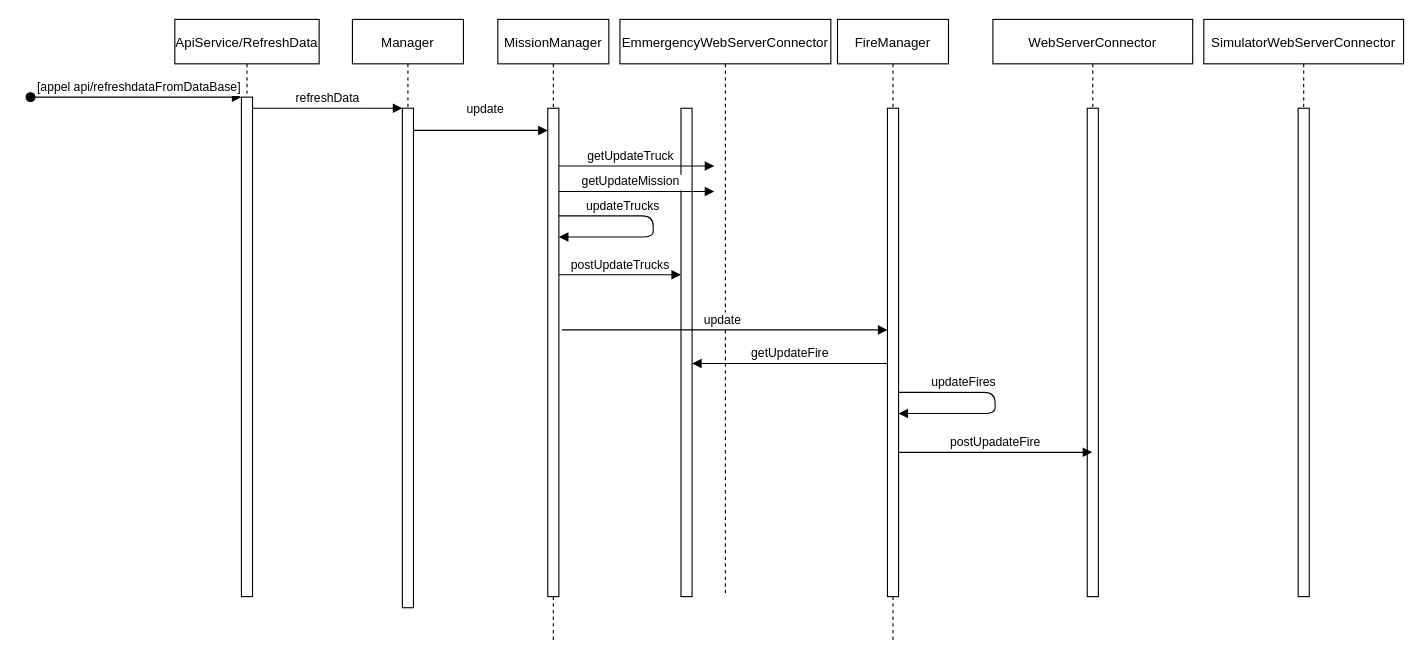
Above: UML/Diagramme de classe Simulator.drawio in Emile-Bergin/S7-ProjetScientifique (draw.io), before the change. Source tidied: cells renumbered, new cells numbered last; positions are measured from the earlier drawing's top-left corner, leaving out a move shared by most shapes. Both pictures are drawn from the tidied source at 111%, with x=0, y=0 at pixel (30, 19).
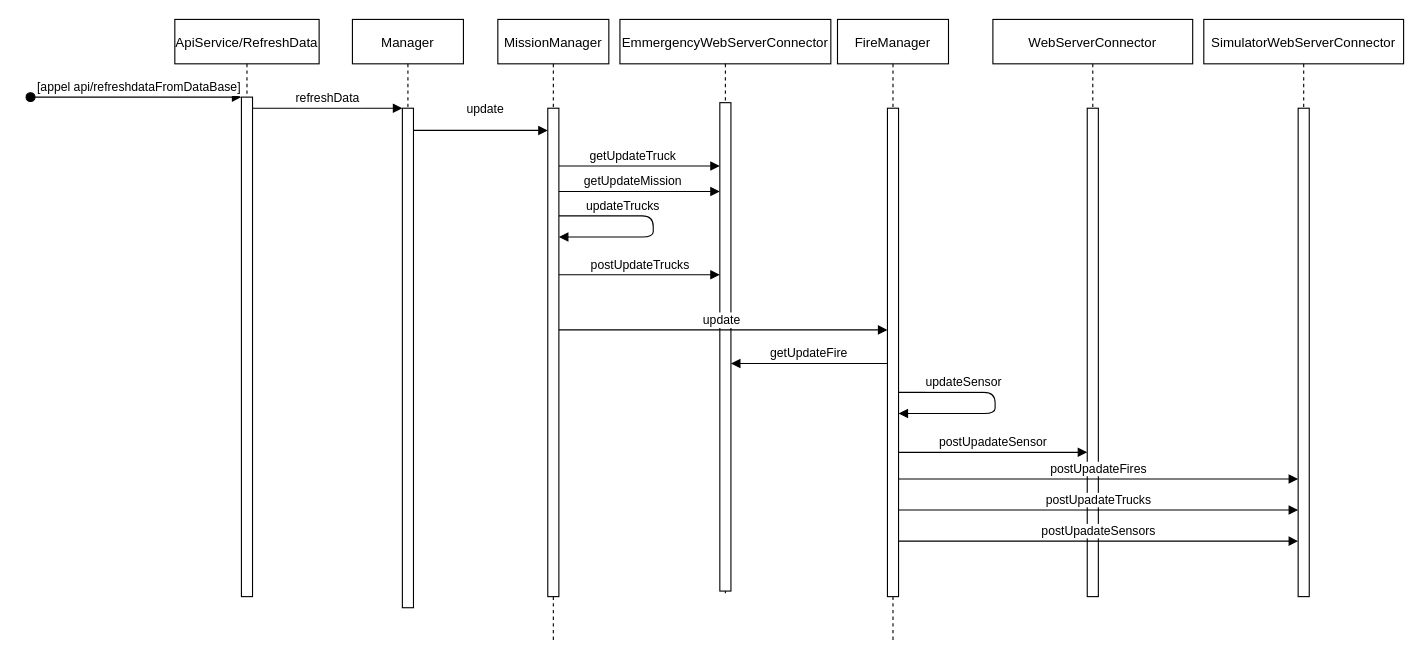
The same page after the edit.

Unchanged cells that the change refers to:
```xml
<mxCell id="8" value="EmmergencyWebServerConnector" style="shape=umlLifeline;perimeter=lifelinePerimeter;rounded=0;shadow=0;strokeWidth=1;" parent="1" vertex="1">
  <mxGeometry x="531" width="190" height="520" as="geometry" />
</mxCell>
<mxCell id="10" value="FireManager" style="shape=umlLifeline;perimeter=lifelinePerimeter;rounded=0;shadow=0;strokeWidth=1;" parent="1" vertex="1">
  <mxGeometry x="727" width="100" height="560" as="geometry" />
</mxCell>
<mxCell id="11" style="points=[];perimeter=orthogonalPerimeter;rounded=0;shadow=0;strokeWidth=1;" parent="10" vertex="1">
  <mxGeometry x="45" y="80" width="10" height="440" as="geometry" />
</mxCell>
<mxCell id="14" style="points=[];perimeter=orthogonalPerimeter;rounded=0;shadow=0;strokeWidth=1;" parent="13" vertex="1">
  <mxGeometry x="45" y="80" width="10" height="440" as="geometry" />
</mxCell>
<mxCell id="20" value="WebServerConnector" style="shape=umlLifeline;perimeter=lifelinePerimeter;rounded=0;shadow=0;strokeWidth=1;" parent="1" vertex="1">
  <mxGeometry x="867" width="180" height="520" as="geometry" />
</mxCell>
<mxCell id="21" style="points=[];perimeter=orthogonalPerimeter;rounded=0;shadow=0;strokeWidth=1;" parent="20" vertex="1">
  <mxGeometry x="85" y="80" width="10" height="440" as="geometry" />
</mxCell>
<mxCell id="26" style="points=[];perimeter=orthogonalPerimeter;rounded=0;shadow=0;strokeWidth=1;" parent="25" vertex="1">
  <mxGeometry x="85" y="80" width="10" height="440" as="geometry" />
</mxCell>
```

Change to the diagram source:
```diff
@@
     <mxCell id="9" style="points=[];perimeter=orthogonalPerimeter;rounded=0;shadow=0;strokeWidth=1;" parent="8" vertex="1">
-      <mxGeometry x="55" y="80" width="10" height="440" as="geometry" />
+      <mxGeometry x="90" y="75" width="10" height="440" as="geometry" />
     </mxCell>
@@
-    <mxCell id="12" value="updateFires" style="verticalAlign=bottom;endArrow=block;shadow=0;strokeWidth=1;" parent="10" edge="1" source="11" target="11">
+    <mxCell id="12" value="updateSensor" style="verticalAlign=bottom;endArrow=block;shadow=0;strokeWidth=1;" parent="10" edge="1" source="11" target="11">
       <mxGeometry x="-0.39" relative="1" as="geometry">
         <Array as="points">
           <mxPoint x="142" y="336" />
           <mxPoint x="142" y="355" />
         </Array>
       </mxGeometry>
     </mxCell>
@@
-    <mxCell id="17" value="getUpdateTruck" style="verticalAlign=bottom;endArrow=block;shadow=0;strokeWidth=1;" parent="1" edge="1">
+    <mxCell id="17" value="getUpdateTruck" style="verticalAlign=bottom;endArrow=block;shadow=0;strokeWidth=1;" parent="1" edge="1" target="9">
       <mxGeometry x="-0.07" relative="1" as="geometry">
         <mxPoint x="476" y="132" as="sourcePoint" />
-        <mxPoint x="616" y="132" as="targetPoint" />
         <Array as="points">
           <mxPoint x="576" y="132" />
         </Array>
       </mxGeometry>
     </mxCell>
-    <mxCell id="18" value="getUpdateMission" style="verticalAlign=bottom;endArrow=block;shadow=0;strokeWidth=1;" parent="1" edge="1">
+    <mxCell id="18" value="getUpdateMission" style="verticalAlign=bottom;endArrow=block;shadow=0;strokeWidth=1;" parent="1" edge="1" target="9">
       <mxGeometry x="-0.07" relative="1" as="geometry">
         <mxPoint x="476" y="155" as="sourcePoint" />
-        <mxPoint x="616" y="155" as="targetPoint" />
         <Array as="points">
           <mxPoint x="586" y="155" />
         </Array>
       </mxGeometry>
     </mxCell>
-    <mxCell id="19" value="update" style="verticalAlign=bottom;endArrow=block;shadow=0;strokeWidth=1;" parent="1" edge="1" target="11">
+    <mxCell id="19" value="update" style="verticalAlign=bottom;endArrow=block;shadow=0;strokeWidth=1;" parent="1" edge="1" source="14" target="11">
       <mxGeometry x="-0.01" relative="1" as="geometry">
-        <mxPoint x="478.8" y="279.7" as="sourcePoint" />
         <Array as="points">
           <mxPoint x="568.8" y="279.7" />
         </Array>
       </mxGeometry>
     </mxCell>
@@
-    <mxCell id="23" value="postUpadateFire" style="html=1;verticalAlign=bottom;endArrow=block;" parent="1" edge="1" source="11" target="20">
+    <mxCell id="23" value="postUpadateSensor" style="html=1;verticalAlign=bottom;endArrow=block;" parent="1" edge="1" source="11" target="21">
       <mxGeometry relative="1" as="geometry">
         <Array as="points">
           <mxPoint x="891" y="390" />
         </Array>
       </mxGeometry>
     </mxCell>
@@
+    <mxCell id="27" value="postUpadateFires" style="html=1;verticalAlign=bottom;endArrow=block;" parent="1" edge="1" source="11" target="26">
+      <mxGeometry relative="1" as="geometry">
+        <Array as="points">
+          <mxPoint x="890" y="414" />
+        </Array>
+      </mxGeometry>
+    </mxCell>
+    <mxCell id="28" value="postUpadateTrucks" style="html=1;verticalAlign=bottom;endArrow=block;" parent="1" edge="1">
+      <mxGeometry relative="1" as="geometry">
+        <mxPoint x="782" y="442" as="sourcePoint" />
+        <mxPoint x="1142" y="442" as="targetPoint" />
+        <Array as="points">
+          <mxPoint x="900" y="442" />
+        </Array>
+      </mxGeometry>
+    </mxCell>
+    <mxCell id="29" value="postUpadateSensors" style="html=1;verticalAlign=bottom;endArrow=block;" parent="1" edge="1" source="11" target="26">
+      <mxGeometry relative="1" as="geometry">
+        <Array as="points">
+          <mxPoint x="890" y="470" />
+        </Array>
+      </mxGeometry>
+    </mxCell>
```
